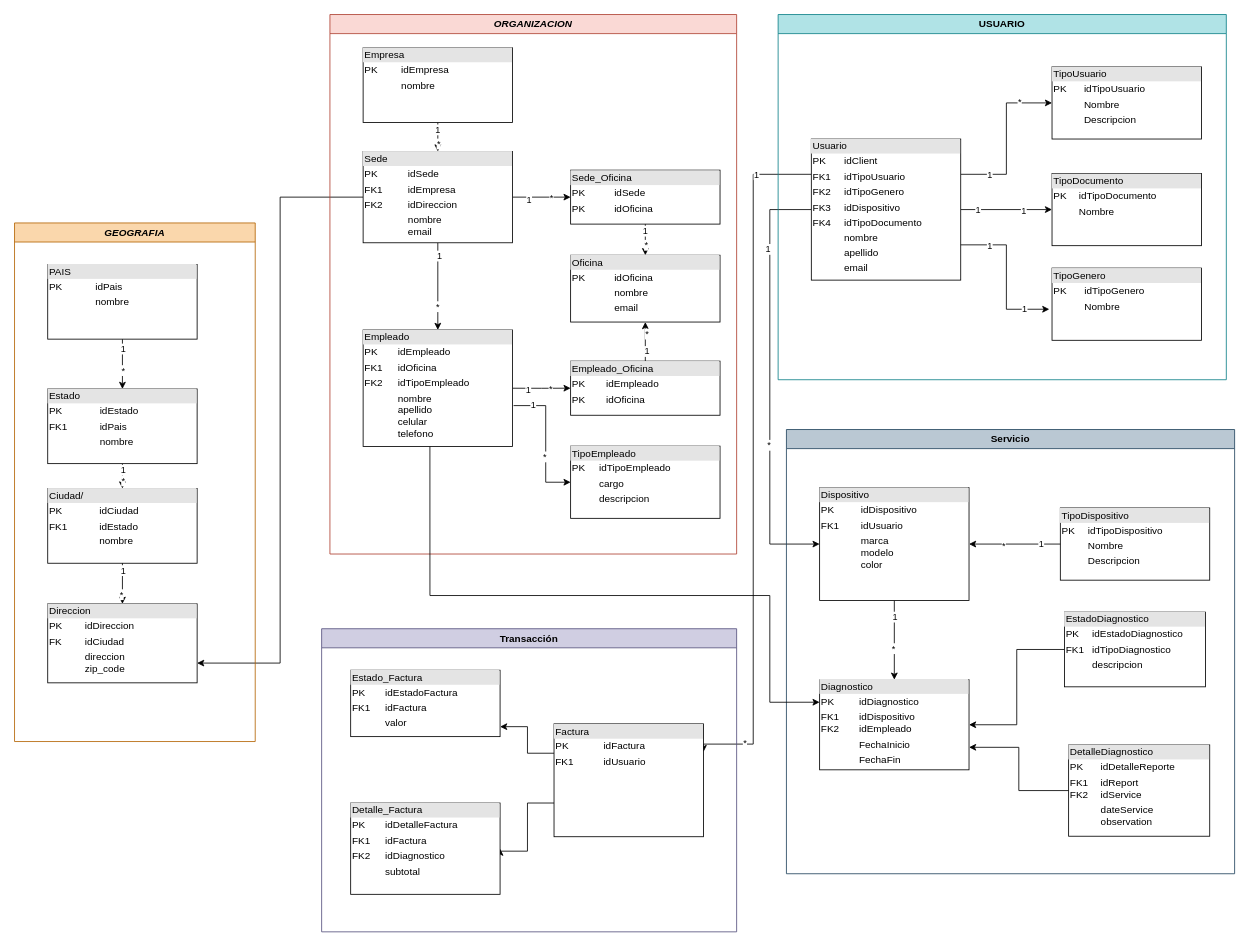
Earlier version of the draw.io diagram projects/tech_support/Tech_support.drawio (Alejo2304/website_projects). Source tidied: cells renumbered, new cells numbered last; positions are measured from the earlier drawing's top-left corner, leaving out a move shared by most shapes. Both pictures are drawn from the tidied source at 83%, with x=0, y=0 at pixel (14, 14).
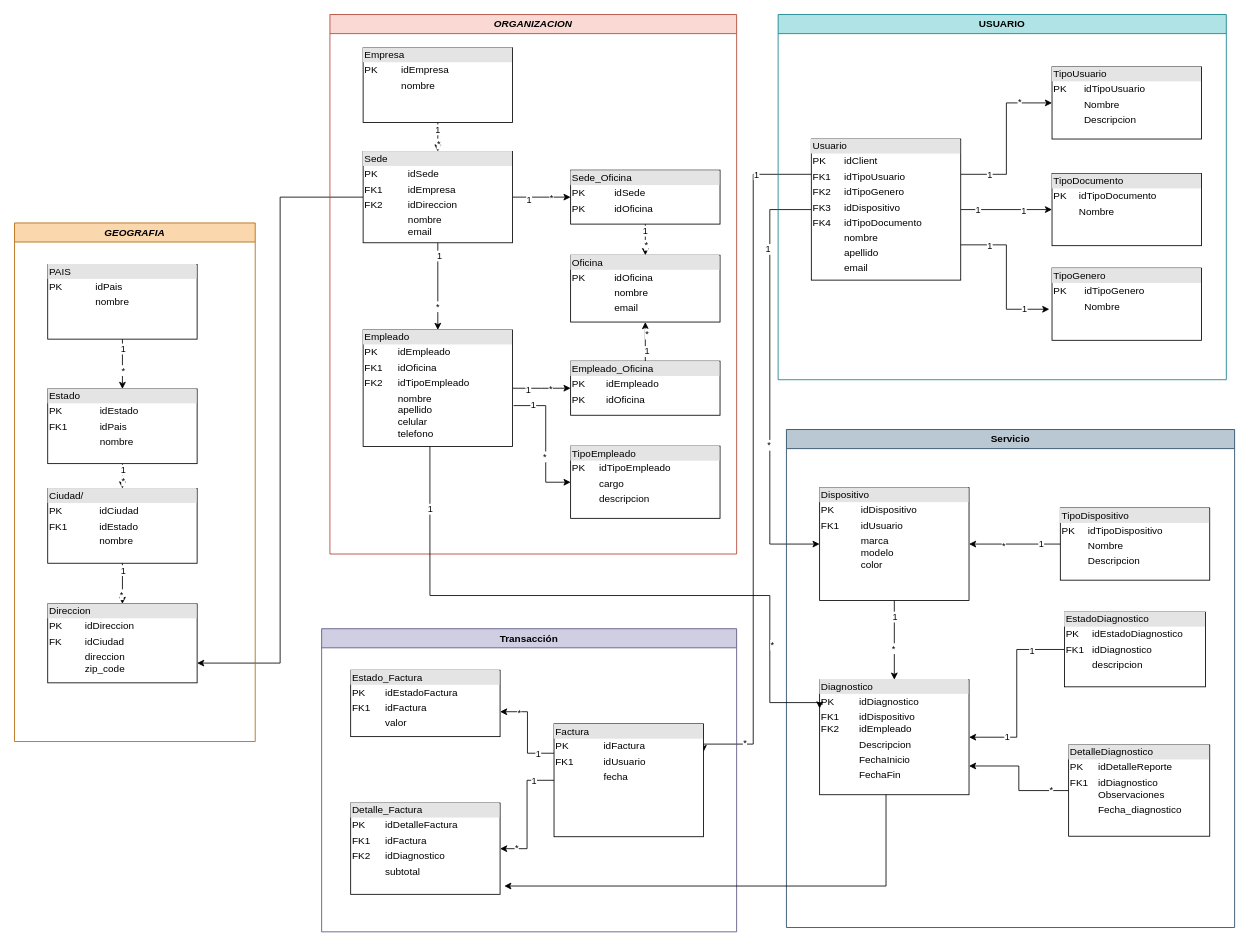
After the change.

Commit message:
arregladas_relaciones

The change refers to these unchanged cells:
```xml
<mxCell id="66" value="Transacción" style="swimlane;whiteSpace=wrap;html=1;fillColor=#d0cee2;strokeColor=#56517e;" parent="1" vertex="1">
  <mxGeometry x="370" y="740" width="500" height="365.2" as="geometry" />
</mxCell>
<mxCell id="70" value="&lt;div style=&quot;box-sizing:border-box;width:100%;background:#e4e4e4;padding:2px;&quot;&gt;Estado_Factura&lt;/div&gt;&lt;table style=&quot;width:100%;font-size:1em;&quot; cellpadding=&quot;2&quot; cellspacing=&quot;0&quot;&gt;&lt;tbody&gt;&lt;tr&gt;&lt;td&gt;PK&lt;/td&gt;&lt;td&gt;idEstadoFactura&lt;/td&gt;&lt;/tr&gt;&lt;tr&gt;&lt;td&gt;FK1&lt;/td&gt;&lt;td&gt;idFactura&lt;/td&gt;&lt;/tr&gt;&lt;tr&gt;&lt;td&gt;&lt;br&gt;&lt;/td&gt;&lt;td&gt;valor&lt;/td&gt;&lt;/tr&gt;&lt;/tbody&gt;&lt;/table&gt;" style="verticalAlign=top;align=left;overflow=fill;html=1;whiteSpace=wrap;" parent="66" vertex="1">
  <mxGeometry x="35" y="50" width="180" height="80" as="geometry" />
</mxCell>
<mxCell id="71" value="&lt;div style=&quot;box-sizing:border-box;width:100%;background:#e4e4e4;padding:2px;&quot;&gt;Detalle_Factura&lt;/div&gt;&lt;table style=&quot;width:100%;font-size:1em;&quot; cellpadding=&quot;2&quot; cellspacing=&quot;0&quot;&gt;&lt;tbody&gt;&lt;tr&gt;&lt;td&gt;PK&lt;/td&gt;&lt;td&gt;idDetalleFactura&lt;/td&gt;&lt;/tr&gt;&lt;tr&gt;&lt;td&gt;FK1&lt;/td&gt;&lt;td&gt;idFactura&lt;br&gt;&lt;/td&gt;&lt;/tr&gt;&lt;tr&gt;&lt;td&gt;FK2&lt;/td&gt;&lt;td&gt;idDiagnostico&lt;/td&gt;&lt;/tr&gt;&lt;tr&gt;&lt;td&gt;&lt;/td&gt;&lt;td&gt;subtotal&lt;br&gt;&lt;br&gt;&lt;/td&gt;&lt;/tr&gt;&lt;/tbody&gt;&lt;/table&gt;" style="verticalAlign=top;align=left;overflow=fill;html=1;whiteSpace=wrap;" parent="66" vertex="1">
  <mxGeometry x="35" y="210" width="180" height="110" as="geometry" />
</mxCell>
<mxCell id="74" style="edgeStyle=orthogonalEdgeStyle;rounded=0;jettySize=auto;html=1;entryX=1;entryY=0.5;entryDx=0;entryDy=0;" parent="72" edge="1" source="75" target="73">
  <mxGeometry relative="1" as="geometry" />
</mxCell>
<mxCell id="77" style="edgeStyle=orthogonalEdgeStyle;rounded=0;jettySize=auto;html=1;entryX=1;entryY=0.75;entryDx=0;entryDy=0;" parent="72" edge="1" source="76" target="73">
  <mxGeometry relative="1" as="geometry" />
</mxCell>
<mxCell id="86" style="edgeStyle=orthogonalEdgeStyle;rounded=0;jettySize=auto;html=1;entryX=0;entryY=0.25;entryDx=0;entryDy=0;exitX=0.447;exitY=1.001;exitDx=0;exitDy=0;exitPerimeter=0;" parent="1" edge="1" source="56" target="73">
  <mxGeometry relative="1" as="geometry">
    <Array as="points">
      <mxPoint x="500" y="700" />
      <mxPoint x="910" y="700" />
      <mxPoint x="910" y="829" />
    </Array>
  </mxGeometry>
</mxCell>
```

Diff of the diagram source:
```diff
@@
     <mxCell id="67" style="edgeStyle=orthogonalEdgeStyle;rounded=0;jettySize=auto;html=1;" parent="66" edge="1" source="69" target="70">
       <mxGeometry relative="1" as="geometry">
         <Array as="points">
           <mxPoint x="248" y="150" />
-          <mxPoint x="248" y="118" />
+          <mxPoint x="248" y="100" />
         </Array>
       </mxGeometry>
     </mxCell>
+    <mxCell id="87" value="1" style="edgeLabel;html=1;align=center;verticalAlign=middle;" parent="67" vertex="1">
+      <mxGeometry x="-0.65" relative="1" as="geometry" />
+    </mxCell>
+    <mxCell id="88" value="*" style="edgeLabel;html=1;align=center;verticalAlign=middle;" parent="67" vertex="1">
+      <mxGeometry x="0.61" y="1" relative="1" as="geometry" />
+    </mxCell>
     <mxCell id="68" style="edgeStyle=orthogonalEdgeStyle;rounded=0;jettySize=auto;html=1;entryX=1;entryY=0.5;entryDx=0;entryDy=0;" parent="66" edge="1" source="69" target="71">
-      <mxGeometry relative="1" as="geometry">
-        <Array as="points">
-          <mxPoint x="248" y="210" />
-          <mxPoint x="248" y="268" />
-        </Array>
-      </mxGeometry>
+      <mxGeometry relative="1" as="geometry" />
     </mxCell>
+    <mxCell id="89" value="1" style="edgeLabel;html=1;align=center;verticalAlign=middle;" parent="68" vertex="1">
+      <mxGeometry x="-0.66" relative="1" as="geometry" />
+    </mxCell>
+    <mxCell id="90" value="*" style="edgeLabel;html=1;align=center;verticalAlign=middle;" parent="68" vertex="1">
+      <mxGeometry x="0.73" y="-2" relative="1" as="geometry" />
+    </mxCell>
-    <mxCell id="69" value="&lt;div style=&quot;box-sizing:border-box;width:100%;background:#e4e4e4;padding:2px;&quot;&gt;Factura&lt;/div&gt;&lt;table style=&quot;width:100%;font-size:1em;&quot; cellpadding=&quot;2&quot; cellspacing=&quot;0&quot;&gt;&lt;tbody&gt;&lt;tr&gt;&lt;td&gt;PK&lt;/td&gt;&lt;td&gt;idFactura&lt;/td&gt;&lt;/tr&gt;&lt;tr&gt;&lt;td&gt;FK1&lt;/td&gt;&lt;td&gt;idUsuario&lt;/td&gt;&lt;/tr&gt;&lt;tr&gt;&lt;td&gt;&lt;br&gt;&lt;/td&gt;&lt;td&gt;&lt;br&gt;&lt;/td&gt;&lt;/tr&gt;&lt;/tbody&gt;&lt;/table&gt;" style="verticalAlign=top;align=left;overflow=fill;html=1;whiteSpace=wrap;" parent="66" vertex="1">
+    <mxCell id="69" value="&lt;div style=&quot;box-sizing:border-box;width:100%;background:#e4e4e4;padding:2px;&quot;&gt;Factura&lt;/div&gt;&lt;table style=&quot;width:100%;font-size:1em;&quot; cellpadding=&quot;2&quot; cellspacing=&quot;0&quot;&gt;&lt;tbody&gt;&lt;tr&gt;&lt;td&gt;PK&lt;/td&gt;&lt;td&gt;idFactura&lt;/td&gt;&lt;/tr&gt;&lt;tr&gt;&lt;td&gt;FK1&lt;/td&gt;&lt;td&gt;idUsuario&lt;/td&gt;&lt;/tr&gt;&lt;tr&gt;&lt;td&gt;&lt;br&gt;&lt;/td&gt;&lt;td&gt;fecha&lt;/td&gt;&lt;/tr&gt;&lt;/tbody&gt;&lt;/table&gt;" style="verticalAlign=top;align=left;overflow=fill;html=1;whiteSpace=wrap;" parent="66" vertex="1">
       <mxGeometry x="280" y="114.6" width="180" height="136" as="geometry" />
     </mxCell>
@@
     <mxCell id="72" value="Servicio" style="swimlane;whiteSpace=wrap;html=1;fillColor=#bac8d3;strokeColor=#23445d;" parent="1" vertex="1">
-      <mxGeometry x="930" y="500" width="540" height="535.2" as="geometry" />
+      <mxGeometry x="930" y="500" width="540" height="600" as="geometry" />
     </mxCell>
-    <mxCell id="73" value="&lt;div style=&quot;box-sizing:border-box;width:100%;background:#e4e4e4;padding:2px;&quot;&gt;Diagnostico&lt;/div&gt;&lt;table style=&quot;width:100%;font-size:1em;&quot; cellpadding=&quot;2&quot; cellspacing=&quot;0&quot;&gt;&lt;tbody&gt;&lt;tr&gt;&lt;td&gt;PK&lt;/td&gt;&lt;td&gt;idDiagnostico&lt;/td&gt;&lt;/tr&gt;&lt;tr&gt;&lt;td&gt;FK1&lt;br&gt;FK2&lt;/td&gt;&lt;td&gt;idDispositivo&lt;br&gt;idEmpleado&lt;/td&gt;&lt;/tr&gt;&lt;tr&gt;&lt;td&gt;&lt;/td&gt;&lt;td&gt;FechaInicio&lt;/td&gt;&lt;/tr&gt;&lt;tr&gt;&lt;td&gt;&lt;br&gt;&lt;/td&gt;&lt;td&gt;FechaFin&lt;/td&gt;&lt;/tr&gt;&lt;tr&gt;&lt;td&gt;&lt;br&gt;&lt;/td&gt;&lt;td&gt;&lt;br&gt;&lt;/td&gt;&lt;/tr&gt;&lt;/tbody&gt;&lt;/table&gt;" style="verticalAlign=top;align=left;overflow=fill;html=1;whiteSpace=wrap;" parent="72" vertex="1">
-      <mxGeometry x="40" y="301.4" width="180" height="108.6" as="geometry" />
+    <mxCell id="73" value="&lt;div style=&quot;box-sizing:border-box;width:100%;background:#e4e4e4;padding:2px;&quot;&gt;Diagnostico&lt;/div&gt;&lt;table style=&quot;width:100%;font-size:1em;&quot; cellpadding=&quot;2&quot; cellspacing=&quot;0&quot;&gt;&lt;tbody&gt;&lt;tr&gt;&lt;td&gt;PK&lt;/td&gt;&lt;td&gt;idDiagnostico&lt;/td&gt;&lt;/tr&gt;&lt;tr&gt;&lt;td&gt;FK1&lt;br&gt;FK2&lt;/td&gt;&lt;td&gt;idDispositivo&lt;br&gt;idEmpleado&lt;/td&gt;&lt;/tr&gt;&lt;tr&gt;&lt;td&gt;&lt;br&gt;&lt;/td&gt;&lt;td&gt;Descripcion&lt;/td&gt;&lt;/tr&gt;&lt;tr&gt;&lt;td&gt;&lt;/td&gt;&lt;td&gt;FechaInicio&lt;/td&gt;&lt;/tr&gt;&lt;tr&gt;&lt;td&gt;&lt;br&gt;&lt;/td&gt;&lt;td&gt;FechaFin&lt;/td&gt;&lt;/tr&gt;&lt;tr&gt;&lt;td&gt;&lt;br&gt;&lt;/td&gt;&lt;td&gt;&lt;br&gt;&lt;/td&gt;&lt;/tr&gt;&lt;/tbody&gt;&lt;/table&gt;" style="verticalAlign=top;align=left;overflow=fill;html=1;whiteSpace=wrap;" parent="72" vertex="1">
+      <mxGeometry x="40" y="301.4" width="180" height="138.6" as="geometry" />
     </mxCell>
@@
+    <mxCell id="91" value="1" style="edgeLabel;html=1;align=center;verticalAlign=middle;" parent="74" vertex="1">
+      <mxGeometry x="0.59" relative="1" as="geometry" />
+    </mxCell>
+    <mxCell id="92" value="1" style="edgeLabel;html=1;align=center;verticalAlign=middle;" parent="74" vertex="1">
+      <mxGeometry x="-0.64" y="1" relative="1" as="geometry" />
+    </mxCell>
-    <mxCell id="75" value="&lt;div style=&quot;box-sizing:border-box;width:100%;background:#e4e4e4;padding:2px;&quot;&gt;EstadoDiagnostico&lt;/div&gt;&lt;table style=&quot;width:100%;font-size:1em;&quot; cellpadding=&quot;2&quot; cellspacing=&quot;0&quot;&gt;&lt;tbody&gt;&lt;tr&gt;&lt;td&gt;PK&lt;/td&gt;&lt;td&gt;idEstadoDiagnostico&lt;/td&gt;&lt;/tr&gt;&lt;tr&gt;&lt;td&gt;FK1&lt;/td&gt;&lt;td&gt;idTipoDiagnostico&lt;/td&gt;&lt;/tr&gt;&lt;tr&gt;&lt;td&gt;&lt;/td&gt;&lt;td&gt;descripcion&lt;/td&gt;&lt;/tr&gt;&lt;/tbody&gt;&lt;/table&gt;" style="verticalAlign=top;align=left;overflow=fill;html=1;whiteSpace=wrap;" parent="72" vertex="1">
+    <mxCell id="75" value="&lt;div style=&quot;box-sizing:border-box;width:100%;background:#e4e4e4;padding:2px;&quot;&gt;EstadoDiagnostico&lt;/div&gt;&lt;table style=&quot;width:100%;font-size:1em;&quot; cellpadding=&quot;2&quot; cellspacing=&quot;0&quot;&gt;&lt;tbody&gt;&lt;tr&gt;&lt;td&gt;PK&lt;/td&gt;&lt;td&gt;idEstadoDiagnostico&lt;/td&gt;&lt;/tr&gt;&lt;tr&gt;&lt;td&gt;FK1&lt;/td&gt;&lt;td&gt;idDiagnostico&lt;/td&gt;&lt;/tr&gt;&lt;tr&gt;&lt;td&gt;&lt;/td&gt;&lt;td&gt;descripcion&lt;/td&gt;&lt;/tr&gt;&lt;/tbody&gt;&lt;/table&gt;" style="verticalAlign=top;align=left;overflow=fill;html=1;whiteSpace=wrap;" parent="72" vertex="1">
       <mxGeometry x="335" y="220" width="170" height="90" as="geometry" />
     </mxCell>
-    <mxCell id="76" value="&lt;div style=&quot;box-sizing:border-box;width:100%;background:#e4e4e4;padding:2px;&quot;&gt;DetalleDiagnostico&lt;/div&gt;&lt;table style=&quot;width:100%;font-size:1em;&quot; cellpadding=&quot;2&quot; cellspacing=&quot;0&quot;&gt;&lt;tbody&gt;&lt;tr&gt;&lt;td&gt;PK&lt;/td&gt;&lt;td&gt;idDetalleReporte&lt;/td&gt;&lt;/tr&gt;&lt;tr&gt;&lt;td&gt;FK1&lt;br&gt;FK2&lt;/td&gt;&lt;td&gt;idReport&lt;br&gt;idService&lt;/td&gt;&lt;/tr&gt;&lt;tr&gt;&lt;td&gt;&lt;/td&gt;&lt;td&gt;dateService&lt;br&gt;observation&lt;/td&gt;&lt;/tr&gt;&lt;/tbody&gt;&lt;/table&gt;" style="verticalAlign=top;align=left;overflow=fill;html=1;whiteSpace=wrap;" parent="72" vertex="1">
+    <mxCell id="76" value="&lt;div style=&quot;box-sizing:border-box;width:100%;background:#e4e4e4;padding:2px;&quot;&gt;DetalleDiagnostico&lt;/div&gt;&lt;table style=&quot;width:100%;font-size:1em;&quot; cellpadding=&quot;2&quot; cellspacing=&quot;0&quot;&gt;&lt;tbody&gt;&lt;tr&gt;&lt;td&gt;PK&lt;/td&gt;&lt;td&gt;idDetalleReporte&lt;/td&gt;&lt;/tr&gt;&lt;tr&gt;&lt;td&gt;FK1&lt;br&gt;&lt;br&gt;&lt;/td&gt;&lt;td&gt;idDiagnostico&lt;br&gt;Observaciones&lt;/td&gt;&lt;/tr&gt;&lt;tr&gt;&lt;td&gt;&lt;/td&gt;&lt;td&gt;Fecha_diagnostico&lt;br&gt;&lt;br&gt;&lt;/td&gt;&lt;/tr&gt;&lt;/tbody&gt;&lt;/table&gt;" style="verticalAlign=top;align=left;overflow=fill;html=1;whiteSpace=wrap;" parent="72" vertex="1">
       <mxGeometry x="340" y="380" width="170" height="110" as="geometry" />
     </mxCell>
@@
+    <mxCell id="93" value="*" style="edgeLabel;html=1;align=center;verticalAlign=middle;" parent="77" vertex="1">
+      <mxGeometry x="-0.7" y="-2" relative="1" as="geometry" />
+    </mxCell>
@@
+    <mxCell id="94" value="1" style="edgeLabel;html=1;align=center;verticalAlign=middle;" parent="86" vertex="1">
+      <mxGeometry x="-0.81" relative="1" as="geometry" />
+    </mxCell>
+    <mxCell id="95" value="*" style="edgeLabel;html=1;align=center;verticalAlign=middle;" parent="86" vertex="1">
+      <mxGeometry x="0.65" y="2" relative="1" as="geometry" />
+    </mxCell>
+    <mxCell id="96" style="edgeStyle=orthogonalEdgeStyle;rounded=0;jettySize=auto;html=1;entryX=1.028;entryY=0.909;entryDx=0;entryDy=0;entryPerimeter=0;" parent="1" edge="1" source="73" target="71">
+      <mxGeometry relative="1" as="geometry">
+        <Array as="points">
+          <mxPoint x="1050" y="1050" />
+        </Array>
+      </mxGeometry>
+    </mxCell>
```
